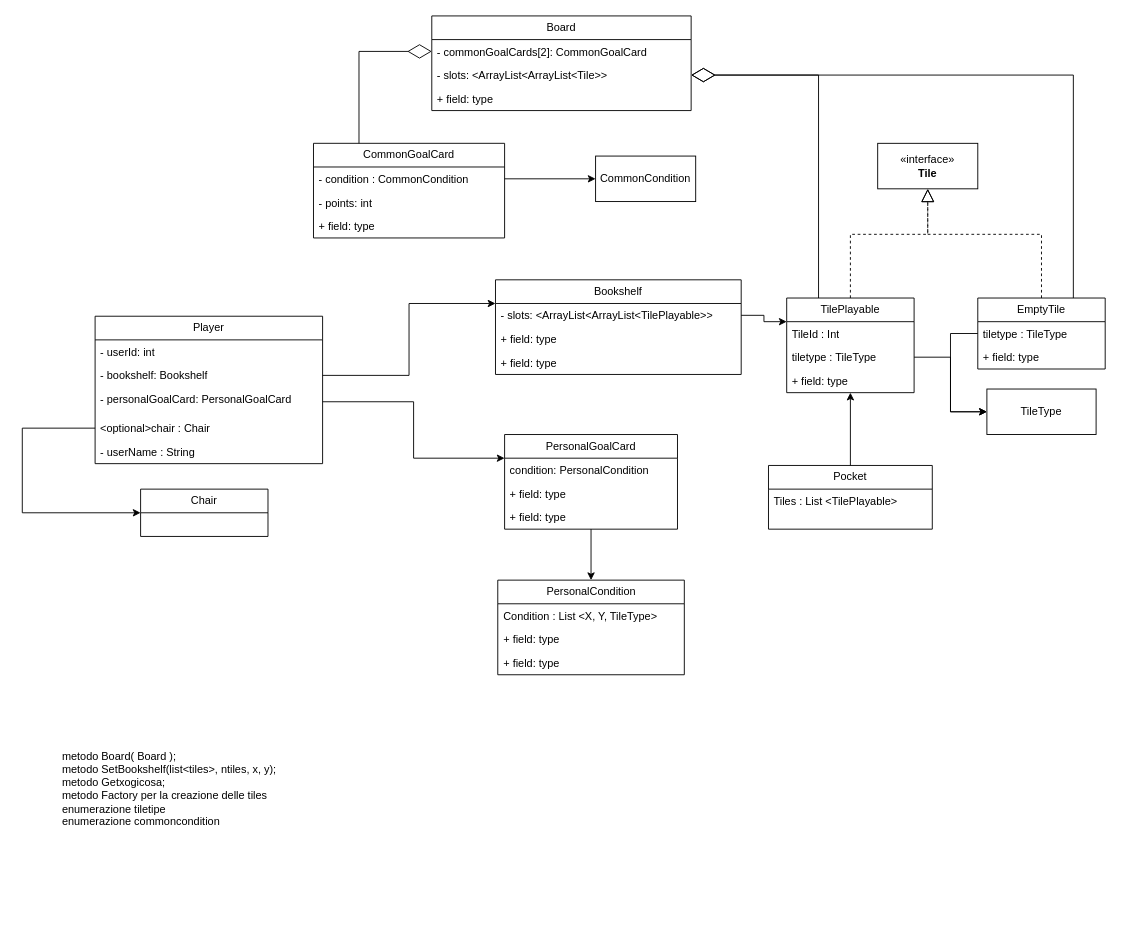
Earlier version of the draw.io diagram uml_diagram.drawio (no-dady/ing-sw-2023-shala-scandola-vigano-zenesini). Source tidied: cells renumbered, new cells numbered last; positions are measured from the earlier drawing's top-left corner, leaving out a move shared by most shapes. Both pictures are drawn from the tidied source at 91%, with x=0, y=0 at pixel (22, 15).
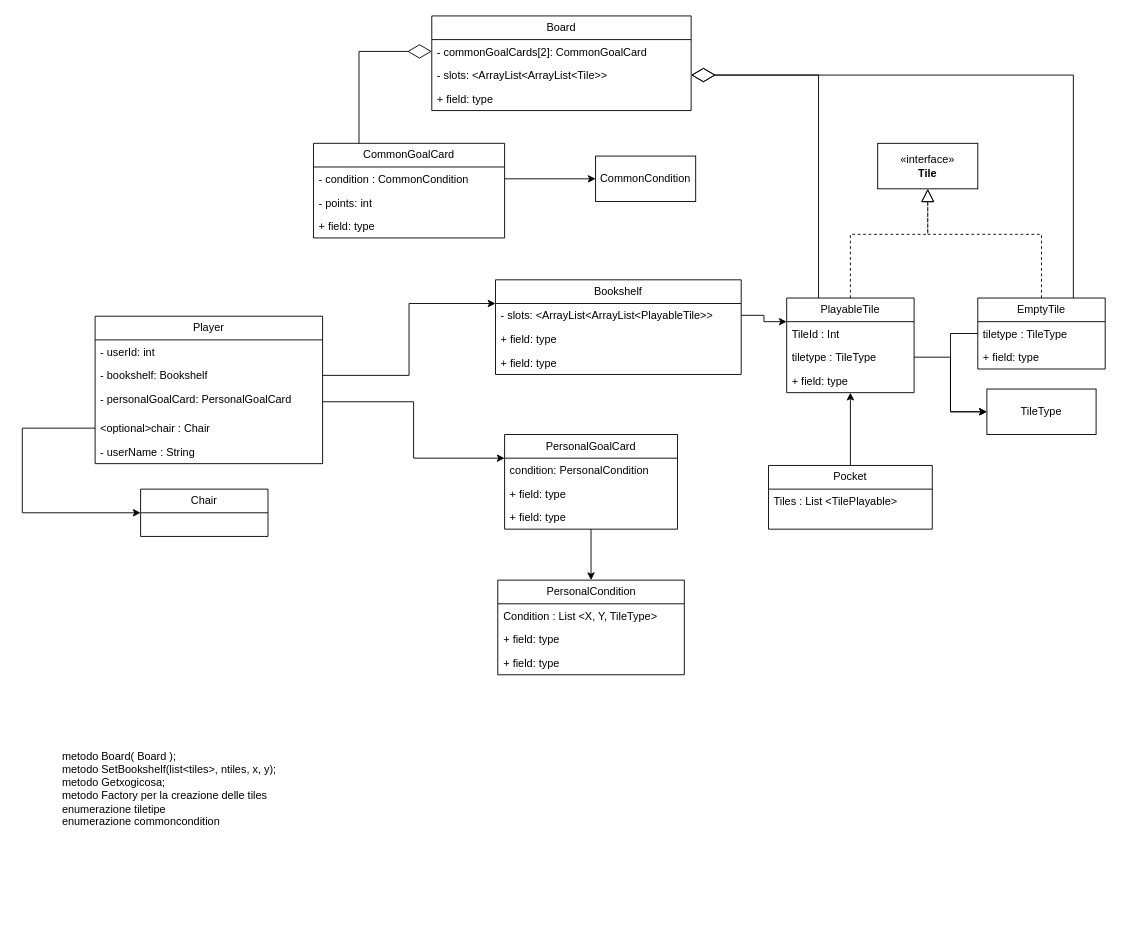
The same page after the edit.

The change refers to these unchanged cells:
```xml
<mxCell id="12" value="Bookshelf" style="swimlane;fontStyle=0;horizontal=1;startSize=26;fillColor=none;whiteSpace=wrap;html=1;" parent="1" vertex="1">
  <mxGeometry x="520" y="290" width="270" height="104" as="geometry" />
</mxCell>
```

What changed in the source:
```diff
@@
-    <mxCell id="8" value="TilePlayable" style="swimlane;fontStyle=0;horizontal=1;startSize=26;fillColor=none;whiteSpace=wrap;html=1;" parent="1" vertex="1">
+    <mxCell id="8" value="PlayableTile" style="swimlane;fontStyle=0;horizontal=1;startSize=26;fillColor=none;whiteSpace=wrap;html=1;" parent="1" vertex="1">
       <mxGeometry x="840" y="310" width="140" height="104" as="geometry" />
     </mxCell>
@@
-    <mxCell id="13" value="- slots: &amp;lt;ArrayList&amp;lt;ArrayList&amp;lt;TilePlayable&amp;gt;&amp;gt;" style="text;strokeColor=none;fillColor=none;align=left;verticalAlign=top;spacingLeft=4;spacingRight=4;overflow=hidden;points=[[0,0.5],[1,0.5]];portConstraint=eastwest;whiteSpace=wrap;html=1;" parent="12" vertex="1">
+    <mxCell id="13" value="- slots: &amp;lt;ArrayList&amp;lt;ArrayList&amp;lt;PlayableTile&amp;gt;&amp;gt;" style="text;strokeColor=none;fillColor=none;align=left;verticalAlign=top;spacingLeft=4;spacingRight=4;overflow=hidden;points=[[0,0.5],[1,0.5]];portConstraint=eastwest;whiteSpace=wrap;html=1;" parent="12" vertex="1">
       <mxGeometry y="26" width="270" height="26" as="geometry" />
     </mxCell>
```
